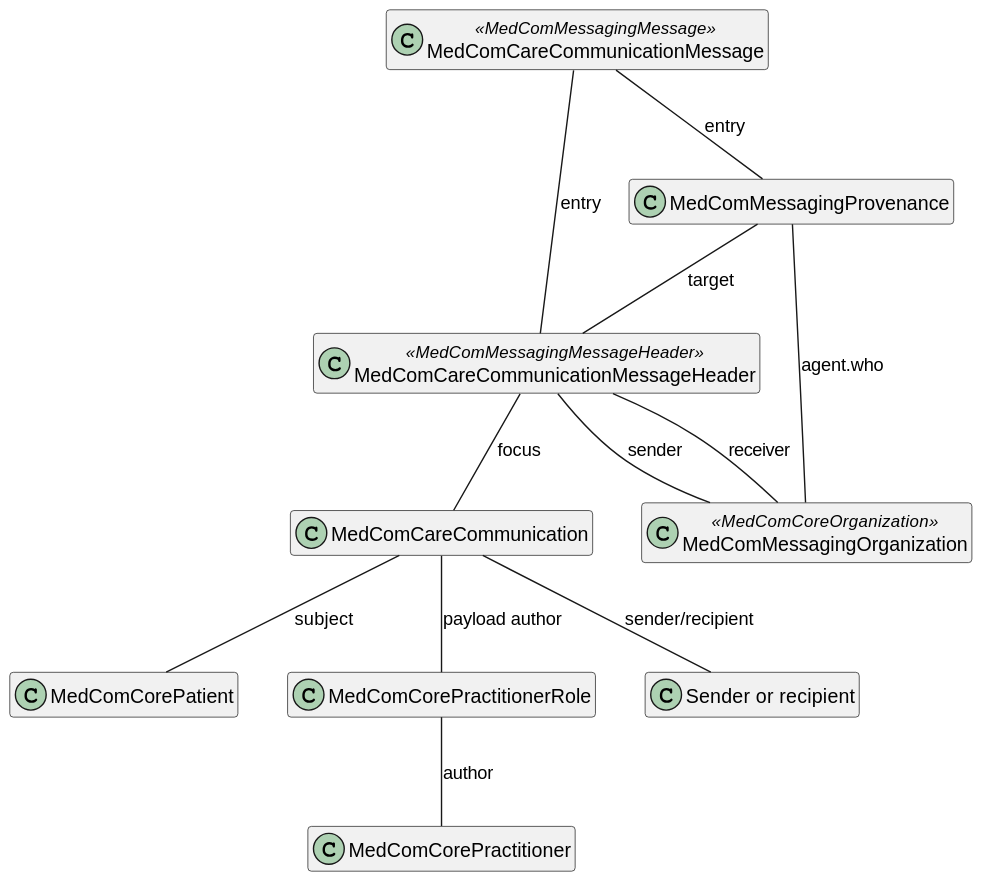
The PlantUML diagram docs/assets/images/CareCommunication.svg in medcomdk/dk-medcom-carecommunication, before a commit.
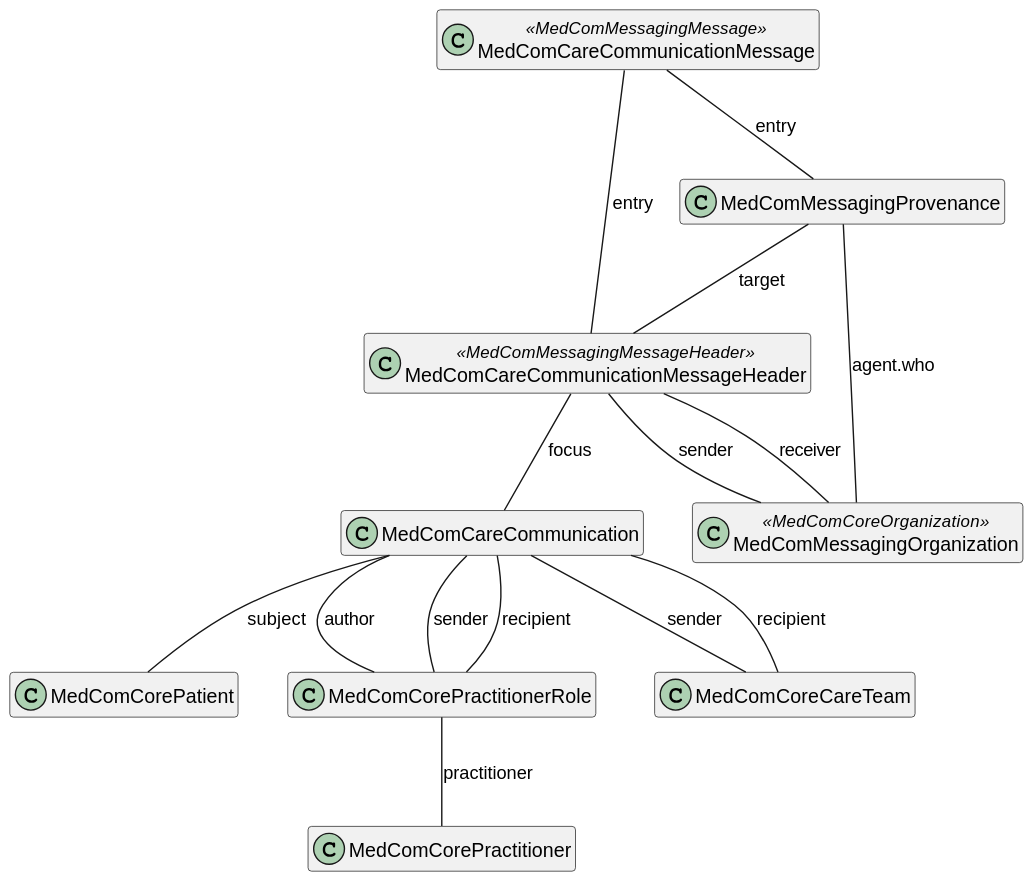
Later version of the same file.

The edit, as a diff of the source:
```diff
@@ -10,20 +10,23 @@
 class "MedComMessagingOrganization" as messagingOrganization <<MedComCoreOrganization>>
 class "MedComCareCommunication" as communication
 class "MedComCorePatient" as patient
-class "MedComCorePractitionerRole" as authorRole
-class "Sender or recipient" as senderRec
+class "MedComCorePractitionerRole" as pracRole
+class "MedComCoreCareTeam" as careteam
 class "MedComCorePractitioner" as author
 
 
 message -- messageheader : "entry"
 messageheader -- communication : "focus"
 communication -- patient : "subject"
-communication -- authorRole : "payload author"
+communication -- pracRole : "author"
 message -- provenance : "entry"
 provenance -- messageheader : "target"
 provenance -- messagingOrganization : "agent.who"
-communication -- senderRec : "sender/recipient"
-authorRole -- author : "author"
+communication -- careteam : "sender"
+communication -- careteam : "recipient"
+communication -- pracRole : "sender"
+communication -- pracRole : "recipient"
+pracRole -- author : "practitioner"
 
 
 messageheader -- messagingOrganization : "receiver"
```
